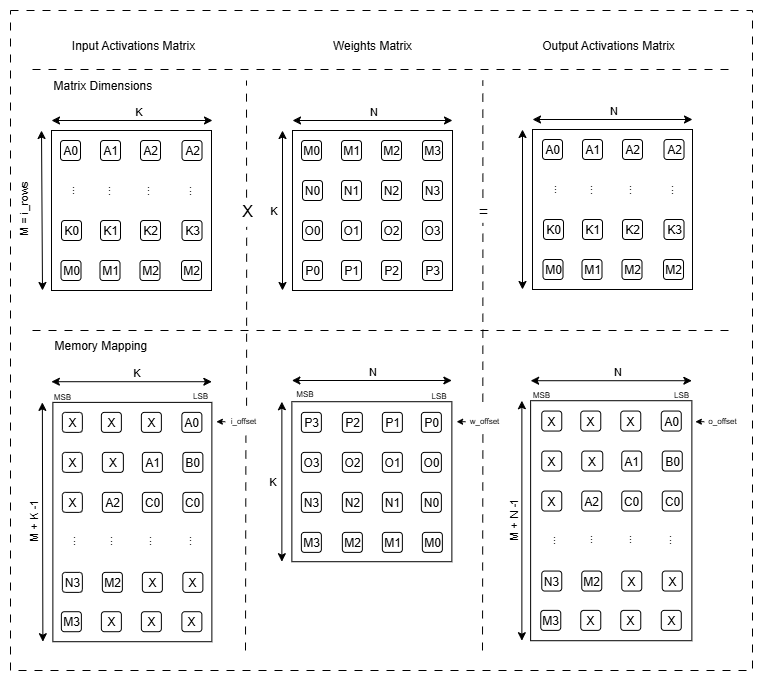
Above: img/memory_mapping.png in 1102131860/systolic_array (draw.io), before the change. Source tidied: cells renumbered, new cells last; positions are measured from the earlier drawing's top-left corner, leaving out a move shared by most shapes.
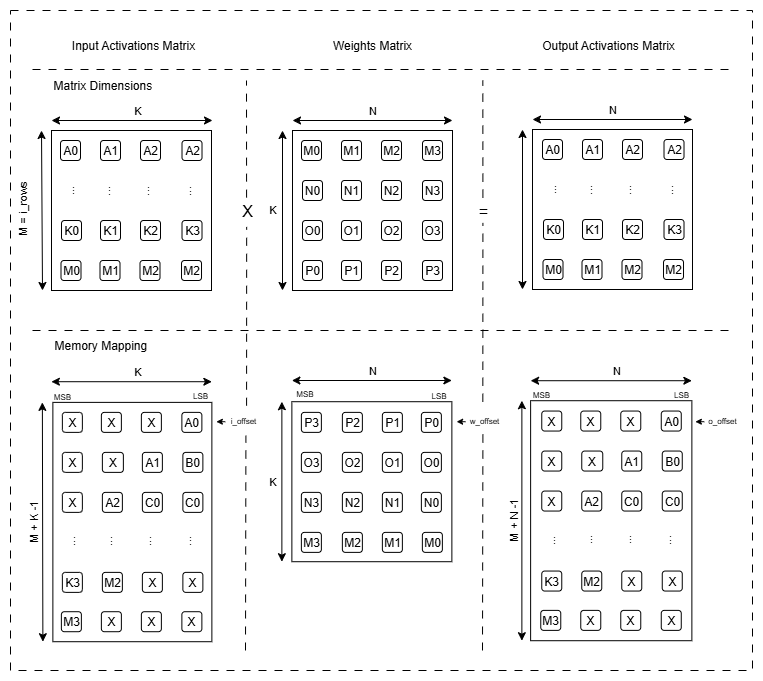
Above is the later version.

Commit message:
Updated memory mapping diagrams

Change to the diagram source:
```diff
@@ -144,7 +144,7 @@
     <mxCell id="39" value="A1" style="rounded=1;whiteSpace=wrap;html=1;" parent="1" vertex="1">
       <mxGeometry x="131.9" y="441.9" width="20" height="20" as="geometry" />
     </mxCell>
-    <mxCell id="40" value="N3" style="rounded=1;whiteSpace=wrap;html=1;" parent="1" vertex="1">
+    <mxCell id="40" value="K3" style="rounded=1;whiteSpace=wrap;html=1;" parent="1" vertex="1">
       <mxGeometry x="51.9" y="561.9" width="20" height="20" as="geometry" />
     </mxCell>
     <mxCell id="41" value="M2" style="rounded=1;whiteSpace=wrap;html=1;" parent="1" vertex="1">
@@ -504,7 +504,7 @@
     <mxCell id="148" value="A1" style="rounded=1;whiteSpace=wrap;html=1;" parent="1" vertex="1">
       <mxGeometry x="611.3" y="440.6" width="20" height="20" as="geometry" />
     </mxCell>
-    <mxCell id="149" value="N3" style="rounded=1;whiteSpace=wrap;html=1;" parent="1" vertex="1">
+    <mxCell id="149" value="K3" style="rounded=1;whiteSpace=wrap;html=1;" parent="1" vertex="1">
       <mxGeometry x="531.3" y="560.6" width="20" height="20" as="geometry" />
     </mxCell>
     <mxCell id="150" value="M2" style="rounded=1;whiteSpace=wrap;html=1;" parent="1" vertex="1">
```
